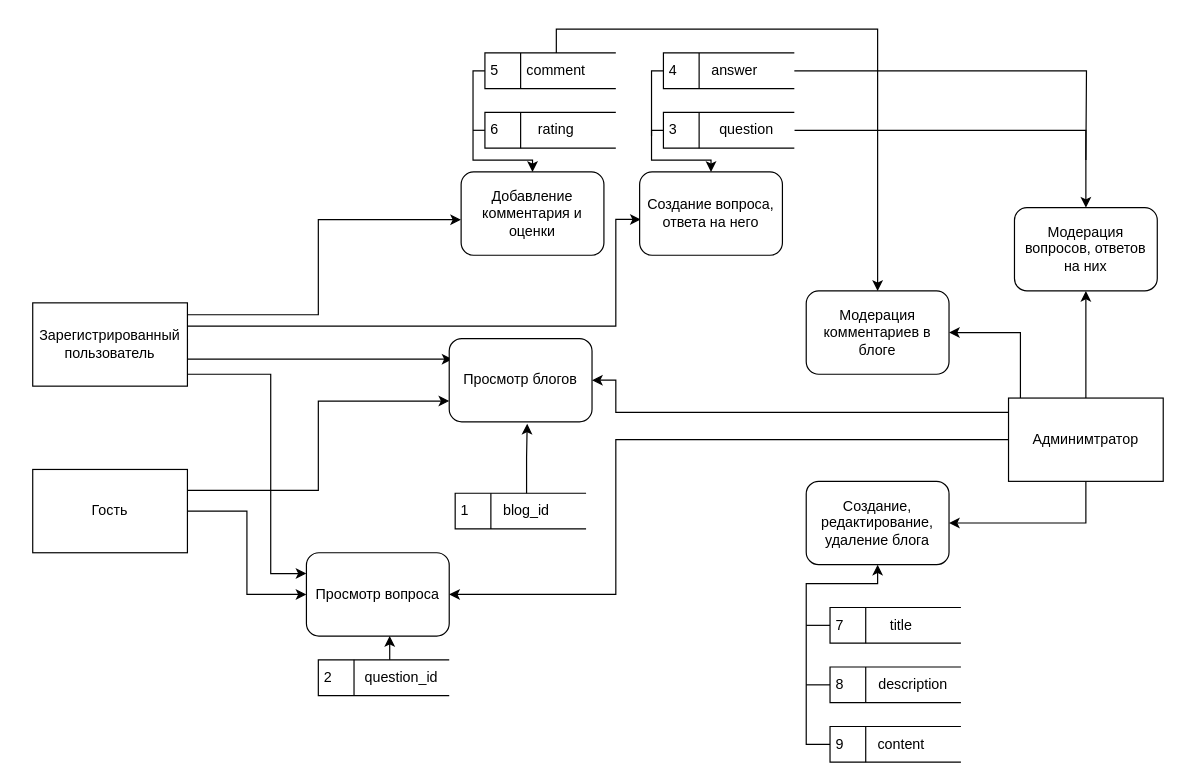
Earlier version of the draw.io diagram Doc3/ДПДDFD.drawio (Bra45f/blog-ob-elcrecity). Source tidied: cells renumbered, new cells numbered last; positions are measured from the earlier drawing's top-left corner, leaving out a move shared by most shapes. Both pictures are drawn from the tidied source at 119%, with x=0, y=0 at pixel (32, 29).
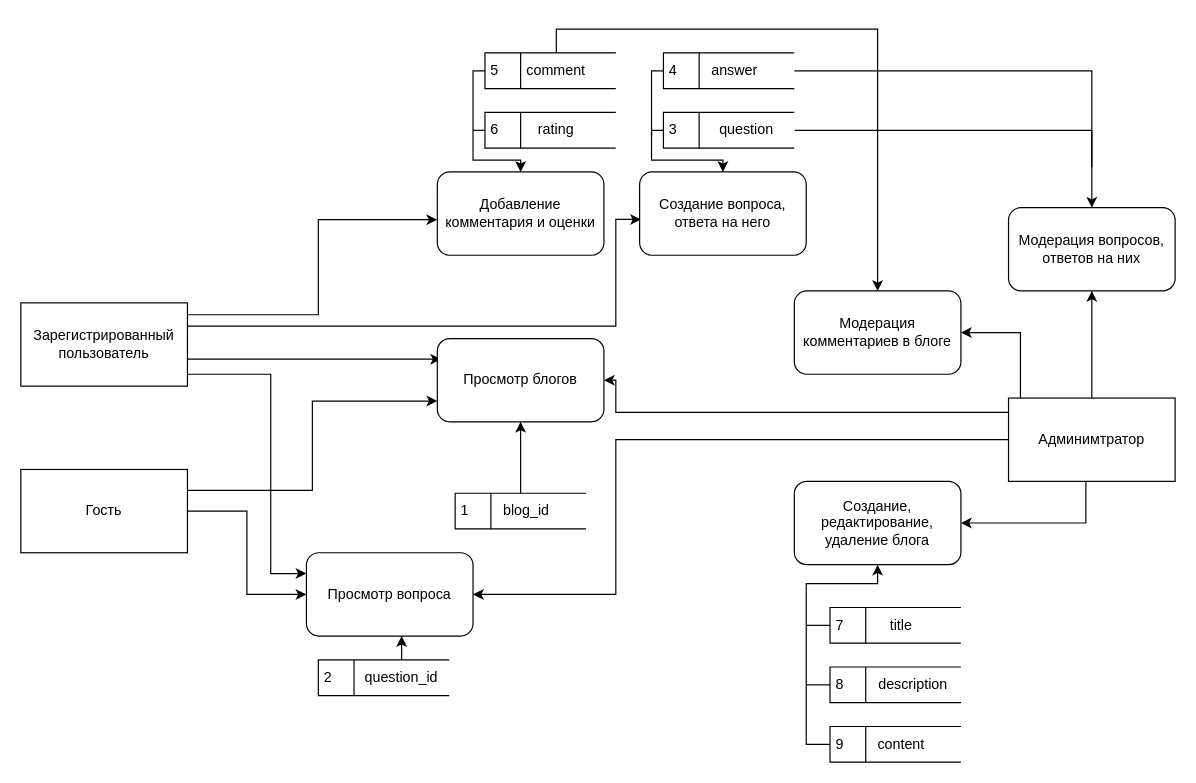
Above is the later version.

Unchanged cells that the change refers to:
```xml
<mxCell id="21" value="1" style="html=1;dashed=0;whiteSpace=wrap;shape=mxgraph.dfd.dataStoreID;align=left;spacingLeft=3;points=[[0,0],[0.5,0],[1,0],[0,0.5],[1,0.5],[0,1],[0.5,1],[1,1]];" parent="1" vertex="1">
  <mxGeometry x="355" y="390" width="110" height="30" as="geometry" />
</mxCell>
<mxCell id="22" value="blog_id" style="text;html=1;align=center;verticalAlign=middle;whiteSpace=wrap;rounded=0;" parent="1" vertex="1">
  <mxGeometry x="385" y="390" width="60" height="30" as="geometry" />
</mxCell>
<mxCell id="24" value="question_id" style="text;html=1;align=center;verticalAlign=middle;whiteSpace=wrap;rounded=0;" parent="1" vertex="1">
  <mxGeometry x="280" y="530" width="60" height="30" as="geometry" />
</mxCell>
<mxCell id="30" value="3" style="html=1;dashed=0;whiteSpace=wrap;shape=mxgraph.dfd.dataStoreID;align=left;spacingLeft=3;points=[[0,0],[0.5,0],[1,0],[0,0.5],[1,0.5],[0,1],[0.5,1],[1,1]];" parent="1" vertex="1">
  <mxGeometry x="530" y="70" width="110" height="30" as="geometry" />
</mxCell>
<mxCell id="33" value="4" style="html=1;dashed=0;whiteSpace=wrap;shape=mxgraph.dfd.dataStoreID;align=left;spacingLeft=3;points=[[0,0],[0.5,0],[1,0],[0,0.5],[1,0.5],[0,1],[0.5,1],[1,1]];" parent="1" vertex="1">
  <mxGeometry x="530" y="20" width="110" height="30" as="geometry" />
</mxCell>
<mxCell id="40" value="5" style="html=1;dashed=0;whiteSpace=wrap;shape=mxgraph.dfd.dataStoreID;align=left;spacingLeft=3;points=[[0,0],[0.5,0],[1,0],[0,0.5],[1,0.5],[0,1],[0.5,1],[1,1]];" parent="1" vertex="1">
  <mxGeometry x="380" y="20" width="110" height="30" as="geometry" />
</mxCell>
```

The edit, as a diff of the source:
```diff
@@
     <mxCell id="6" value="Зарегистрированный пользователь" style="html=1;dashed=0;whiteSpace=wrap;" parent="1" vertex="1">
-      <mxGeometry y="230" width="130" height="70" as="geometry" />
+      <mxGeometry x="-10" y="230" width="140" height="70" as="geometry" />
     </mxCell>
@@
     <mxCell id="12" value="Админимтратор" style="html=1;dashed=0;whiteSpace=wrap;" parent="1" vertex="1">
-      <mxGeometry x="820" y="310" width="130" height="70" as="geometry" />
+      <mxGeometry x="820" y="310" width="140" height="70" as="geometry" />
     </mxCell>
@@
     <mxCell id="15" value="Гость" style="html=1;dashed=0;whiteSpace=wrap;" parent="1" vertex="1">
-      <mxGeometry y="370" width="130" height="70" as="geometry" />
+      <mxGeometry x="-10" y="370" width="140" height="70" as="geometry" />
     </mxCell>
     <mxCell id="16" value="Просмотр блогов" style="rounded=1;whiteSpace=wrap;html=1;" parent="1" vertex="1">
-      <mxGeometry x="350" y="260" width="120" height="70" as="geometry" />
+      <mxGeometry x="340" y="260" width="140" height="70" as="geometry" />
     </mxCell>
     <mxCell id="17" value="Создание, редактирование, удаление блога" style="rounded=1;whiteSpace=wrap;html=1;" parent="1" vertex="1">
-      <mxGeometry x="650" y="380" width="120" height="70" as="geometry" />
+      <mxGeometry x="640" y="380" width="140" height="70" as="geometry" />
     </mxCell>
     <mxCell id="18" value="Добавление комментария и оценки" style="rounded=1;whiteSpace=wrap;html=1;" parent="1" vertex="1">
-      <mxGeometry x="360" y="120" width="120" height="70" as="geometry" />
+      <mxGeometry x="340" y="120" width="140" height="70" as="geometry" />
     </mxCell>
     <mxCell id="19" value="Просмотр вопроса" style="rounded=1;whiteSpace=wrap;html=1;" parent="1" vertex="1">
-      <mxGeometry x="230" y="440" width="120" height="70" as="geometry" />
+      <mxGeometry x="230" y="440" width="140" height="70" as="geometry" />
     </mxCell>
     <mxCell id="20" value="Создание вопроса, ответа на него" style="rounded=1;whiteSpace=wrap;html=1;" parent="1" vertex="1">
-      <mxGeometry x="510" y="120" width="120" height="70" as="geometry" />
+      <mxGeometry x="510" y="120" width="140" height="70" as="geometry" />
     </mxCell>
+    <mxCell id="53" style="edgeStyle=orthogonalEdgeStyle;rounded=0;jettySize=auto;html=1;entryX=0.5;entryY=1;entryDx=0;entryDy=0;" parent="1" edge="1" source="21" target="16">
+      <mxGeometry relative="1" as="geometry" />
+    </mxCell>
@@
-    <mxCell id="25" style="edgeStyle=orthogonalEdgeStyle;rounded=0;jettySize=auto;html=1;entryX=0.583;entryY=1;entryDx=0;entryDy=0;entryPerimeter=0;" parent="1" edge="1" source="24" target="19">
-      <mxGeometry relative="1" as="geometry">
-        <Array as="points">
-          <mxPoint x="300" y="520" />
-          <mxPoint x="300" y="520" />
-        </Array>
-      </mxGeometry>
-    </mxCell>
     <mxCell id="26" value="Модерация комментариев в блоге" style="rounded=1;whiteSpace=wrap;html=1;" parent="1" vertex="1">
-      <mxGeometry x="650" y="220" width="120" height="70" as="geometry" />
+      <mxGeometry x="640" y="220" width="140" height="70" as="geometry" />
     </mxCell>
     <mxCell id="27" value="Модерация вопросов, ответов на них" style="rounded=1;whiteSpace=wrap;html=1;" parent="1" vertex="1">
-      <mxGeometry x="825" y="150" width="120" height="70" as="geometry" />
+      <mxGeometry x="820" y="150" width="140" height="70" as="geometry" />
     </mxCell>
     <mxCell id="28" style="edgeStyle=orthogonalEdgeStyle;rounded=0;jettySize=auto;html=1;entryX=0.5;entryY=0;entryDx=0;entryDy=0;" parent="1" edge="1" source="30" target="20">
       <mxGeometry relative="1" as="geometry">
         <Array as="points">
           <mxPoint x="520" y="85" />
           <mxPoint x="520" y="110" />
-          <mxPoint x="570" y="110" />
+          <mxPoint x="580" y="110" />
         </Array>
       </mxGeometry>
     </mxCell>
@@
     <mxCell id="38" style="edgeStyle=orthogonalEdgeStyle;rounded=0;jettySize=auto;html=1;entryX=0.5;entryY=0;entryDx=0;entryDy=0;" parent="1" edge="1" source="40" target="18">
       <mxGeometry relative="1" as="geometry">
         <Array as="points">
           <mxPoint x="370" y="35" />
           <mxPoint x="370" y="110" />
-          <mxPoint x="420" y="110" />
+          <mxPoint x="410" y="110" />
         </Array>
       </mxGeometry>
     </mxCell>
@@
-    <mxCell id="42" style="edgeStyle=orthogonalEdgeStyle;rounded=0;jettySize=auto;html=1;entryX=0.546;entryY=1.023;entryDx=0;entryDy=0;entryPerimeter=0;" parent="1" edge="1" source="22" target="16">
-      <mxGeometry relative="1" as="geometry" />
-    </mxCell>
     <mxCell id="43" style="edgeStyle=orthogonalEdgeStyle;rounded=0;jettySize=auto;html=1;endArrow=none;startFill=0;" parent="1" edge="1" source="33">
       <mxGeometry relative="1" as="geometry">
-        <mxPoint x="885" y="110" as="targetPoint" />
+        <mxPoint x="890" y="116" as="targetPoint" />
+        <Array as="points">
+          <mxPoint x="890" y="35" />
+          <mxPoint x="890" y="110" />
+        </Array>
       </mxGeometry>
     </mxCell>
@@
+    <mxCell id="25" style="edgeStyle=orthogonalEdgeStyle;rounded=0;jettySize=auto;html=1;entryX=0.574;entryY=1.012;entryDx=0;entryDy=0;entryPerimeter=0;" parent="1" edge="1" source="24" target="19">
+      <mxGeometry relative="1" as="geometry" />
+    </mxCell>
```
